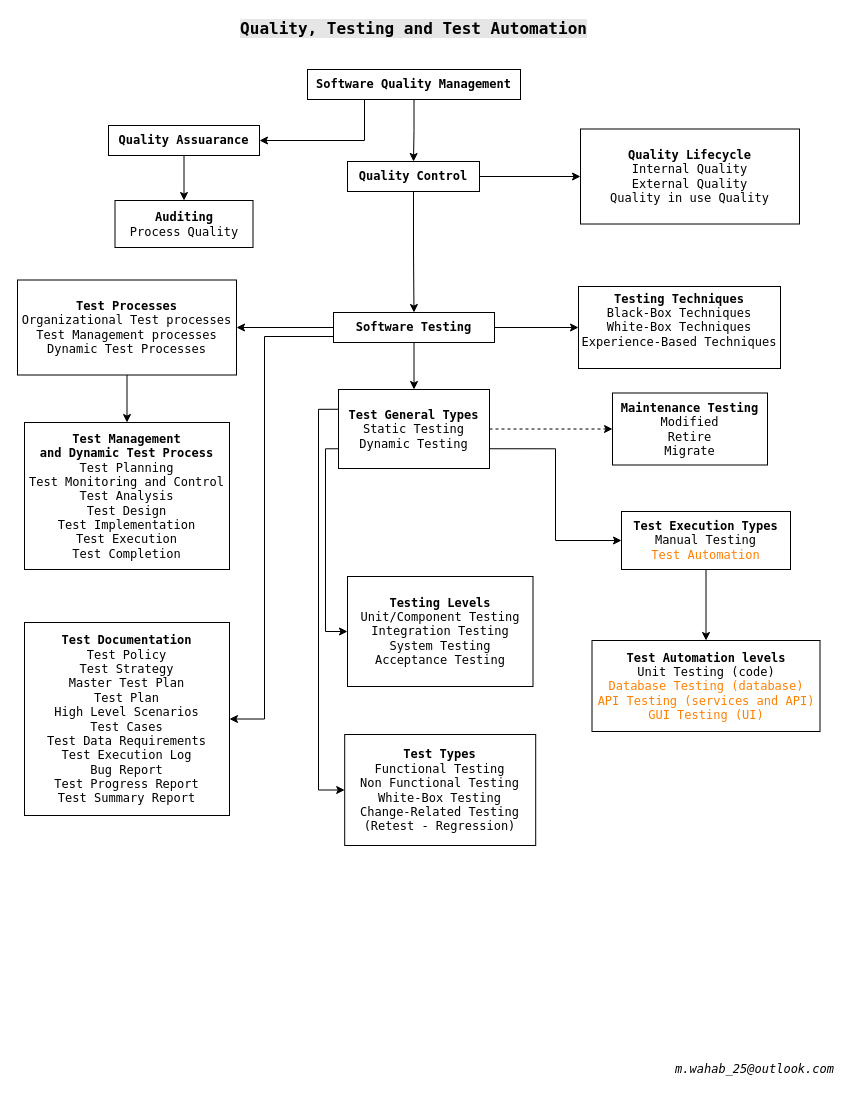
The draw.io diagram KeywordDriven.Docs/draw.io/Test_Automation_and_Testing_and_Quality.drawio in mwahab25/KeywordDriven, before the edit. Source tidied: cells renumbered, new cells numbered last; positions are measured from the earlier drawing's top-left corner, leaving out a move shared by most shapes. Both pictures are drawn from the tidied source at 100%, with x=0, y=0 at pixel (17, 17).
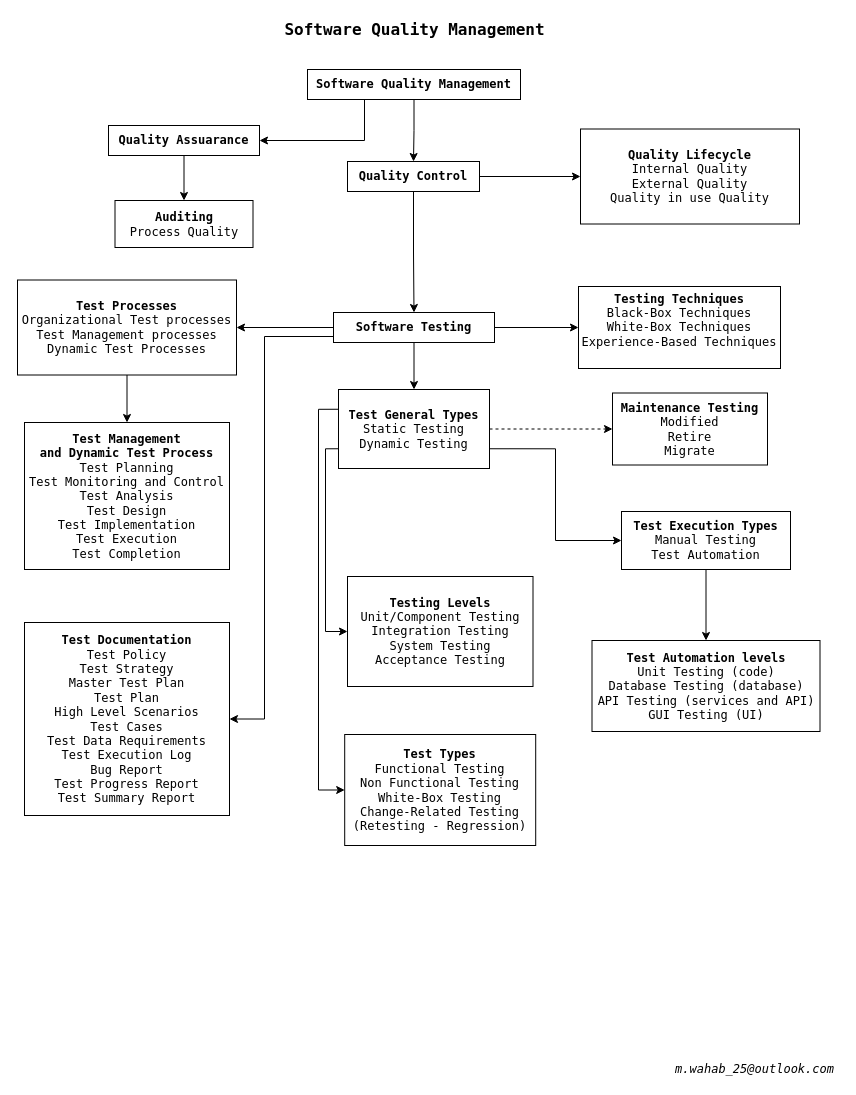
After the change.

Change to the diagram source:
```diff
@@
-    <mxCell id="8" value="&lt;b style=&quot;background-color: rgb(255 , 255 , 255)&quot;&gt;Test Types&lt;br&gt;&lt;/b&gt;&lt;span style=&quot;background-color: rgb(255 , 255 , 255)&quot;&gt;&lt;font&gt;Functional Testing&lt;br&gt;&lt;/font&gt;Non Functional Testing&lt;br&gt;&lt;font&gt;White-Box Testing&lt;br&gt;&lt;/font&gt;Change-Related Testing&lt;br&gt;(Retest - Regression)&lt;/span&gt;" style="rounded=0;whiteSpace=wrap;html=1;fontFamily=Lucida Console;" parent="1" vertex="1">
+    <mxCell id="8" value="&lt;b style=&quot;background-color: rgb(255 , 255 , 255)&quot;&gt;Test Types&lt;br&gt;&lt;/b&gt;&lt;span style=&quot;background-color: rgb(255 , 255 , 255)&quot;&gt;&lt;font&gt;Functional Testing&lt;br&gt;&lt;/font&gt;Non Functional Testing&lt;br&gt;&lt;font&gt;White-Box Testing&lt;br&gt;&lt;/font&gt;Change-Related Testing&lt;br&gt;(Retesting - Regression)&lt;/span&gt;" style="rounded=0;whiteSpace=wrap;html=1;fontFamily=Lucida Console;" parent="1" vertex="1">
       <mxGeometry x="327.2" y="717" width="191" height="111" as="geometry" />
     </mxCell>
@@
-    <mxCell id="11" value="&lt;span style=&quot;background-color: rgb(255 , 255 , 255)&quot;&gt;&lt;b&gt;Test Execution Types&lt;br&gt;&lt;/b&gt;&lt;font&gt;Manual Testing&lt;br&gt;&lt;font color=&quot;#ff8000&quot;&gt;Test Automation&lt;/font&gt;&lt;/font&gt;&lt;/span&gt;" style="rounded=0;whiteSpace=wrap;html=1;fontFamily=Lucida Console;" parent="1" vertex="1">
+    <mxCell id="11" value="&lt;span style=&quot;background-color: rgb(255 , 255 , 255)&quot;&gt;&lt;b&gt;Test Execution Types&lt;br&gt;&lt;/b&gt;&lt;font&gt;Manual Testing&lt;br&gt;Test Automation&lt;/font&gt;&lt;/span&gt;" style="rounded=0;whiteSpace=wrap;html=1;fontFamily=Lucida Console;" parent="1" vertex="1">
       <mxGeometry x="604" y="494" width="169" height="58" as="geometry" />
     </mxCell>
@@
-    <mxCell id="14" value="&lt;span style=&quot;background-color: rgb(255 , 255 , 255)&quot;&gt;&lt;b&gt;Test Automation levels&lt;br&gt;&lt;/b&gt;Unit Testing (code)&lt;br&gt;&lt;font&gt;&lt;font color=&quot;#ff8000&quot;&gt;Database Testing (database)&lt;br&gt;API Testing (services and API)&lt;br&gt;&lt;/font&gt;&lt;/font&gt;&lt;font color=&quot;#ff8000&quot;&gt;GUI Testing (UI)&lt;/font&gt;&lt;/span&gt;" style="rounded=0;whiteSpace=wrap;html=1;fontFamily=Lucida Console;" parent="1" vertex="1">
+    <mxCell id="14" value="&lt;span style=&quot;background-color: rgb(255 , 255 , 255)&quot;&gt;&lt;b&gt;Test Automation levels&lt;br&gt;&lt;/b&gt;Unit Testing (code)&lt;br&gt;&lt;font&gt;Database Testing (database)&lt;br&gt;API Testing (services and API)&lt;br&gt;&lt;/font&gt;GUI Testing (UI)&lt;/span&gt;" style="rounded=0;whiteSpace=wrap;html=1;fontFamily=Lucida Console;" parent="1" vertex="1">
       <mxGeometry x="574.5" y="623" width="228" height="91" as="geometry" />
     </mxCell>
@@
-    <mxCell id="29" value="Quality, Testing and Test Automation" style="text;html=1;align=center;verticalAlign=middle;fontColor=#000000;fontStyle=1;labelBackgroundColor=#E6E6E6;fontSize=16;fontFamily=Lucida Console;" parent="1" vertex="1">
-      <mxGeometry x="212" width="368" height="22" as="geometry" />
+    <mxCell id="29" value="Software Quality Management" style="text;html=1;align=center;verticalAlign=middle;fontColor=#000000;fontStyle=1;labelBackgroundColor=none;fontSize=16;fontFamily=Lucida Console;" parent="1" vertex="1">
+      <mxGeometry x="258" width="278" height="23" as="geometry" />
     </mxCell>
```
